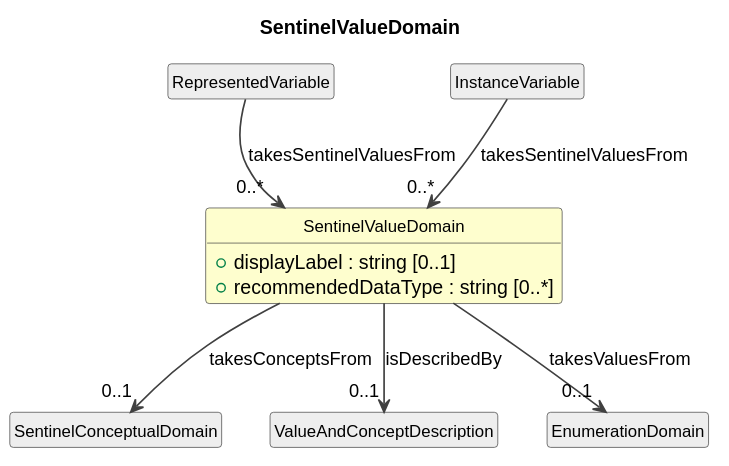
The PlantUML diagram cdif-uml-model/_plantuml/cdifDataStructure/Classes/SentinelValueDomain.svg in Cross-Domain-Interoperability-Framework/metadataBuildingBlocks, before a commit.
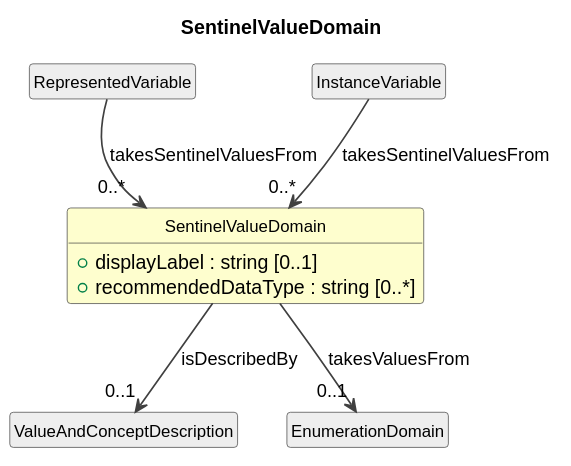
After the change.

Change to the diagram source:
```diff
@@ -18,8 +18,6 @@
 RepresentedVariable --> "0..*" SentinelValueDomain : takesSentinelValuesFrom
 class "InstanceVariable" as InstanceVariable #EEEEEE
 InstanceVariable --> "0..*" SentinelValueDomain : takesSentinelValuesFrom
-class "SentinelConceptualDomain" as SentinelConceptualDomain #EEEEEE
-SentinelValueDomain --> "0..1" SentinelConceptualDomain : takesConceptsFrom
 class "ValueAndConceptDescription" as ValueAndConceptDescription #EEEEEE
 SentinelValueDomain --> "0..1" ValueAndConceptDescription : isDescribedBy
 class "EnumerationDomain" as EnumerationDomain #EEEEEE
```
